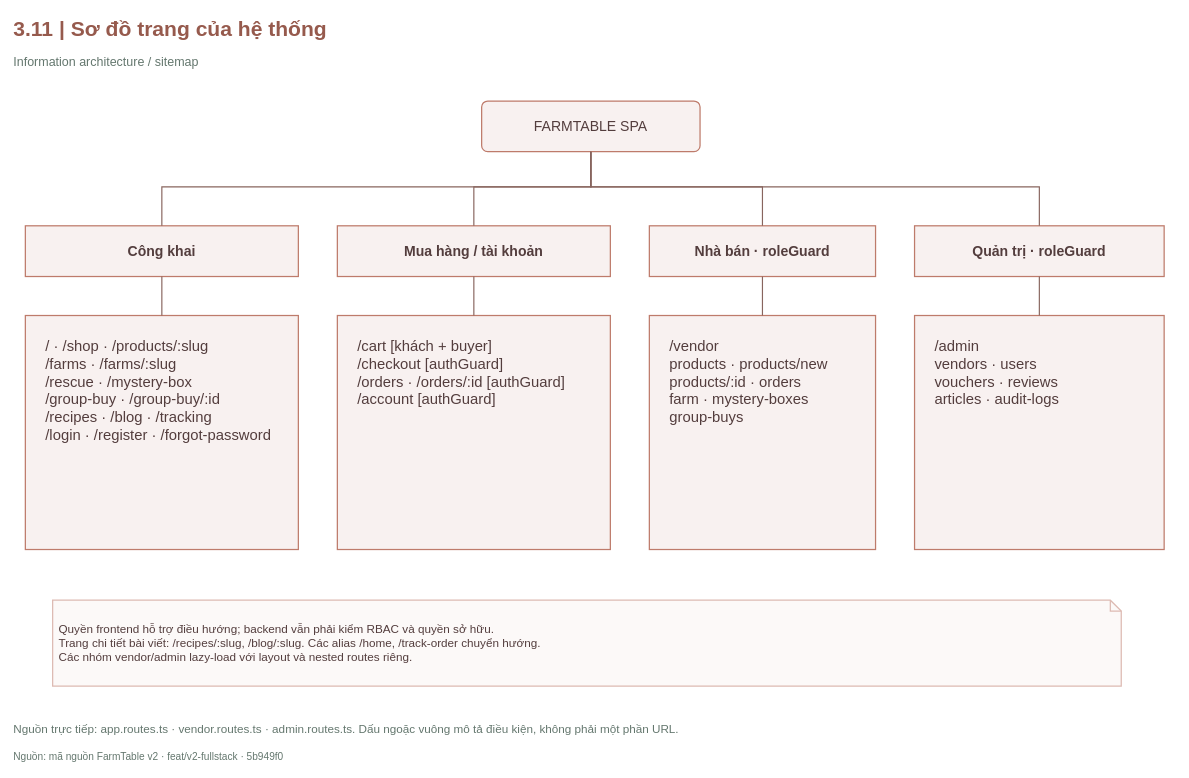
Earlier version of the draw.io diagram FarmTable_Chuong3/So_do_BA/drawio/Hinh_3_11.drawio (hathu1272006-eng/PTWnangcao). Source tidied: cells renumbered, new cells numbered last; positions are measured from the earlier drawing's top-left corner, leaving out a move shared by most shapes. Both pictures are drawn from the tidied source at 78%, with x=0, y=0 at pixel (13, 13).
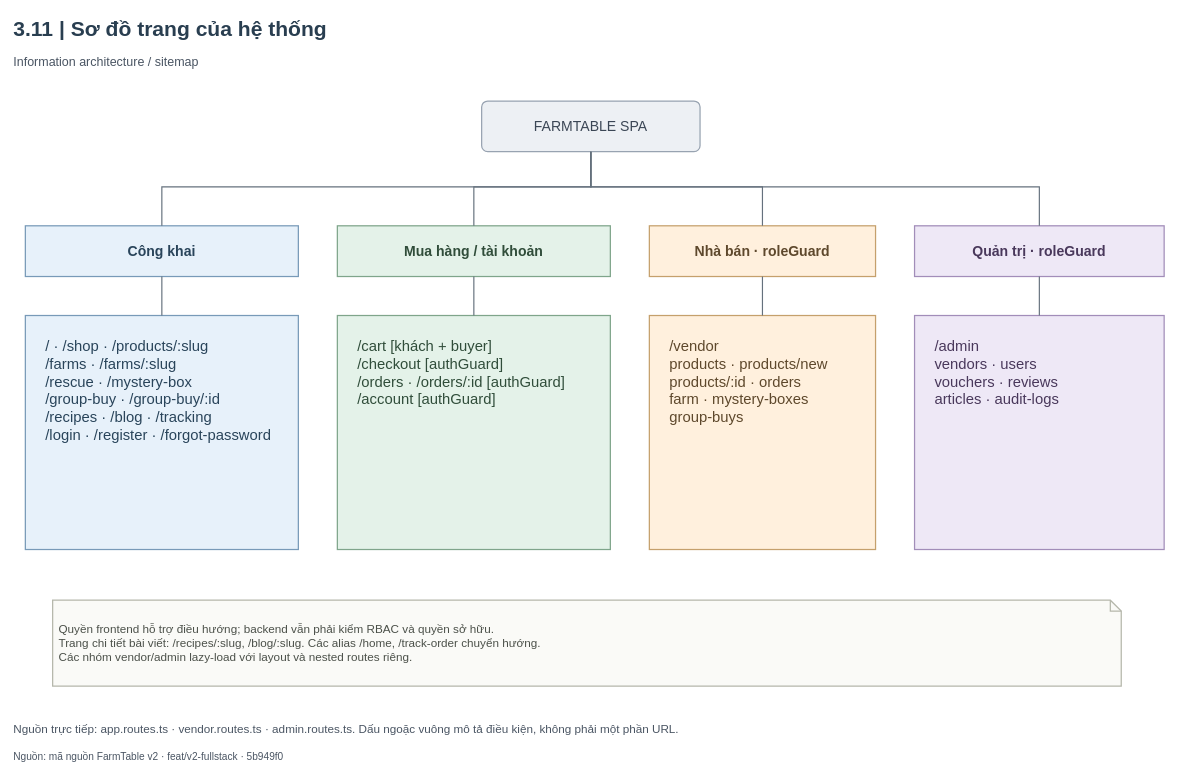
The same page after the edit.

Change to the diagram source:
```diff
@@
-    <mxCell id="2" value="3.11  |  Sơ đồ trang của hệ thống" style="html=1;whiteSpace=wrap;fontFamily=Arial;fontSize=18;strokeColor=#245C47;strokeWidth=1.6;fillColor=#FFFFFF;spacing=8;text;strokeColor=none;fillColor=none;align=left;verticalAlign=middle;fontSize=27;fontStyle=1;spacing=0;fontColor=#965A4D;" parent="1" vertex="1">
+    <mxCell id="2" value="3.11  |  Sơ đồ trang của hệ thống" style="html=1;whiteSpace=wrap;fontFamily=Arial;fontSize=18;strokeColor=#245C47;strokeWidth=1.6;fillColor=#FFFFFF;spacing=8;text;strokeColor=none;fillColor=none;align=left;verticalAlign=middle;fontSize=27;fontStyle=1;spacing=0;fontColor=#293E50;" parent="1" vertex="1">
       <mxGeometry width="1490" height="40" as="geometry" />
     </mxCell>
-    <mxCell id="3" value="Information architecture / sitemap" style="html=1;whiteSpace=wrap;fontFamily=Arial;fontSize=18;fontColor=#243B32;strokeColor=#245C47;strokeWidth=1.6;fillColor=#FFFFFF;spacing=8;text;strokeColor=none;fillColor=none;align=left;verticalAlign=middle;fontSize=16;fontStyle=0;fontColor=#64776E;spacing=0;" parent="1" vertex="1">
+    <mxCell id="3" value="Information architecture / sitemap" style="html=1;whiteSpace=wrap;fontFamily=Arial;fontSize=18;strokeColor=#245C47;strokeWidth=1.6;fillColor=#FFFFFF;spacing=8;text;strokeColor=none;fillColor=none;align=left;verticalAlign=middle;fontSize=16;fontStyle=0;spacing=0;fontColor=#4A5563;" parent="1" vertex="1">
       <mxGeometry y="47" width="1490" height="28" as="geometry" />
     </mxCell>
-    <mxCell id="4" value="FARMTABLE SPA" style="html=1;whiteSpace=wrap;fontFamily=Arial;fontSize=18;strokeWidth=1.6;spacing=8;rounded=1;arcSize=12;fillColor=#F8F1F0;strokeColor=#BE7B6B;fontColor=#533D3D;" parent="1" vertex="1">
+    <mxCell id="4" value="FARMTABLE SPA" style="html=1;whiteSpace=wrap;fontFamily=Arial;fontSize=18;strokeWidth=1.6;spacing=8;rounded=1;arcSize=12;fillColor=#EDF0F4;strokeColor=#98A3B1;fontColor=#3B4655;" parent="1" vertex="1">
       <mxGeometry x="600" y="112" width="280" height="65" as="geometry" />
     </mxCell>
-    <mxCell id="5" value="Công khai" style="html=1;whiteSpace=wrap;fontFamily=Arial;fontSize=18;strokeWidth=1.6;spacing=8;rounded=0;fontStyle=1;fillColor=#F8F1F0;strokeColor=#BE7B6B;fontColor=#533D3D;" parent="1" vertex="1">
+    <mxCell id="5" value="Công khai" style="html=1;whiteSpace=wrap;fontFamily=Arial;fontSize=18;strokeWidth=1.6;spacing=8;rounded=0;fontStyle=1;fillColor=#E7F1FA;strokeColor=#789AB8;fontColor=#29445A;" parent="1" vertex="1">
       <mxGeometry x="15" y="272" width="350" height="65" as="geometry" />
     </mxCell>
-    <mxCell id="6" style="edgeStyle=orthogonalEdgeStyle;rounded=0;jettySize=20;html=1;fontFamily=Arial;fontSize=15;labelBackgroundColor=#FFFFFF;strokeWidth=1.5;endArrow=block;endFill=1;endArrow=none;startArrow=none;exitX=0.5;exitY=1;entryX=0.5;entryY=0;exitDx=0;exitDy=0;entryDx=0;entryDy=0;strokeColor=#88655E;fontColor=#533D3D;" parent="1" edge="1" source="4" target="5">
+    <mxCell id="6" style="edgeStyle=orthogonalEdgeStyle;rounded=0;jettySize=20;html=1;fontFamily=Arial;fontSize=15;labelBackgroundColor=#FFFFFF;strokeWidth=1.5;endArrow=block;endFill=1;endArrow=none;startArrow=none;exitX=0.5;exitY=1;entryX=0.5;entryY=0;exitDx=0;exitDy=0;entryDx=0;entryDy=0;strokeColor=#65717D;fontColor=#364152;" parent="1" edge="1" source="4" target="5">
       <mxGeometry relative="1" as="geometry">
         <Array as="points">
           <mxPoint x="740" y="222" />
           <mxPoint x="190" y="222" />
         </Array>
       </mxGeometry>
     </mxCell>
-    <mxCell id="7" value="Mua hàng / tài khoản" style="html=1;whiteSpace=wrap;fontFamily=Arial;fontSize=18;strokeWidth=1.6;spacing=8;rounded=0;fontStyle=1;fillColor=#F8F1F0;strokeColor=#BE7B6B;fontColor=#533D3D;" parent="1" vertex="1">
+    <mxCell id="7" value="Mua hàng / tài khoản" style="html=1;whiteSpace=wrap;fontFamily=Arial;fontSize=18;strokeWidth=1.6;spacing=8;rounded=0;fontStyle=1;fillColor=#E4F2E9;strokeColor=#7FA58B;fontColor=#304D3A;" parent="1" vertex="1">
       <mxGeometry x="415" y="272" width="350" height="65" as="geometry" />
     </mxCell>
-    <mxCell id="8" style="edgeStyle=orthogonalEdgeStyle;rounded=0;jettySize=20;html=1;fontFamily=Arial;fontSize=15;labelBackgroundColor=#FFFFFF;strokeWidth=1.5;endArrow=block;endFill=1;endArrow=none;startArrow=none;exitX=0.5;exitY=1;entryX=0.5;entryY=0;exitDx=0;exitDy=0;entryDx=0;entryDy=0;strokeColor=#88655E;fontColor=#533D3D;" parent="1" edge="1" source="4" target="7">
+    <mxCell id="8" style="edgeStyle=orthogonalEdgeStyle;rounded=0;jettySize=20;html=1;fontFamily=Arial;fontSize=15;labelBackgroundColor=#FFFFFF;strokeWidth=1.5;endArrow=block;endFill=1;endArrow=none;startArrow=none;exitX=0.5;exitY=1;entryX=0.5;entryY=0;exitDx=0;exitDy=0;entryDx=0;entryDy=0;strokeColor=#65717D;fontColor=#364152;" parent="1" edge="1" source="4" target="7">
       <mxGeometry relative="1" as="geometry">
         <Array as="points">
           <mxPoint x="740" y="222" />
           <mxPoint x="590" y="222" />
         </Array>
       </mxGeometry>
     </mxCell>
-    <mxCell id="9" value="Nhà bán · roleGuard" style="html=1;whiteSpace=wrap;fontFamily=Arial;fontSize=18;strokeWidth=1.6;spacing=8;rounded=0;fontStyle=1;fillColor=#F8F1F0;strokeColor=#BE7B6B;fontColor=#533D3D;" parent="1" vertex="1">
+    <mxCell id="9" value="Nhà bán · roleGuard" style="html=1;whiteSpace=wrap;fontFamily=Arial;fontSize=18;strokeWidth=1.6;spacing=8;rounded=0;fontStyle=1;fillColor=#FFF0DD;strokeColor=#C5A06C;fontColor=#5E482C;" parent="1" vertex="1">
       <mxGeometry x="815" y="272" width="290" height="65" as="geometry" />
     </mxCell>
-    <mxCell id="10" style="edgeStyle=orthogonalEdgeStyle;rounded=0;jettySize=20;html=1;fontFamily=Arial;fontSize=15;labelBackgroundColor=#FFFFFF;strokeWidth=1.5;endArrow=block;endFill=1;endArrow=none;startArrow=none;exitX=0.5;exitY=1;entryX=0.5;entryY=0;exitDx=0;exitDy=0;entryDx=0;entryDy=0;strokeColor=#88655E;fontColor=#533D3D;" parent="1" edge="1" source="4" target="9">
+    <mxCell id="10" style="edgeStyle=orthogonalEdgeStyle;rounded=0;jettySize=20;html=1;fontFamily=Arial;fontSize=15;labelBackgroundColor=#FFFFFF;strokeWidth=1.5;endArrow=block;endFill=1;endArrow=none;startArrow=none;exitX=0.5;exitY=1;entryX=0.5;entryY=0;exitDx=0;exitDy=0;entryDx=0;entryDy=0;strokeColor=#65717D;fontColor=#364152;" parent="1" edge="1" source="4" target="9">
       <mxGeometry relative="1" as="geometry">
         <Array as="points">
           <mxPoint x="740" y="222" />
           <mxPoint x="960" y="222" />
         </Array>
       </mxGeometry>
     </mxCell>
-    <mxCell id="11" value="Quản trị · roleGuard" style="html=1;whiteSpace=wrap;fontFamily=Arial;fontSize=18;strokeWidth=1.6;spacing=8;rounded=0;fontStyle=1;fillColor=#F8F1F0;strokeColor=#BE7B6B;fontColor=#533D3D;" parent="1" vertex="1">
+    <mxCell id="11" value="Quản trị · roleGuard" style="html=1;whiteSpace=wrap;fontFamily=Arial;fontSize=18;strokeWidth=1.6;spacing=8;rounded=0;fontStyle=1;fillColor=#EEE8F6;strokeColor=#A28DB9;fontColor=#49385B;" parent="1" vertex="1">
       <mxGeometry x="1155" y="272" width="320" height="65" as="geometry" />
     </mxCell>
-    <mxCell id="12" style="edgeStyle=orthogonalEdgeStyle;rounded=0;jettySize=20;html=1;fontFamily=Arial;fontSize=15;labelBackgroundColor=#FFFFFF;strokeWidth=1.5;endArrow=block;endFill=1;endArrow=none;startArrow=none;exitX=0.5;exitY=1;entryX=0.5;entryY=0;exitDx=0;exitDy=0;entryDx=0;entryDy=0;strokeColor=#88655E;fontColor=#533D3D;" parent="1" edge="1" source="4" target="11">
+    <mxCell id="12" style="edgeStyle=orthogonalEdgeStyle;rounded=0;jettySize=20;html=1;fontFamily=Arial;fontSize=15;labelBackgroundColor=#FFFFFF;strokeWidth=1.5;endArrow=block;endFill=1;endArrow=none;startArrow=none;exitX=0.5;exitY=1;entryX=0.5;entryY=0;exitDx=0;exitDy=0;entryDx=0;entryDy=0;strokeColor=#65717D;fontColor=#364152;" parent="1" edge="1" source="4" target="11">
       <mxGeometry relative="1" as="geometry">
         <Array as="points">
           <mxPoint x="740" y="222" />
           <mxPoint x="1315" y="222" />
         </Array>
       </mxGeometry>
     </mxCell>
-    <mxCell id="13" value="/ · /shop · /products/:slug&lt;br/&gt;/farms · /farms/:slug&lt;br/&gt;/rescue · /mystery-box&lt;br/&gt;/group-buy · /group-buy/:id&lt;br/&gt;/recipes · /blog · /tracking&lt;br/&gt;/login · /register · /forgot-password" style="html=1;whiteSpace=wrap;fontFamily=Arial;fontSize=18;strokeWidth=1.6;spacing=8;rounded=0;align=left;spacingLeft=18;fontSize=19;verticalAlign=top;spacingTop=16;fillColor=#F8F1F0;strokeColor=#BE7B6B;fontColor=#533D3D;" parent="1" vertex="1">
+    <mxCell id="13" value="/ · /shop · /products/:slug&lt;br/&gt;/farms · /farms/:slug&lt;br/&gt;/rescue · /mystery-box&lt;br/&gt;/group-buy · /group-buy/:id&lt;br/&gt;/recipes · /blog · /tracking&lt;br/&gt;/login · /register · /forgot-password" style="html=1;whiteSpace=wrap;fontFamily=Arial;fontSize=18;strokeWidth=1.6;spacing=8;rounded=0;align=left;spacingLeft=18;fontSize=19;verticalAlign=top;spacingTop=16;fillColor=#E7F1FA;strokeColor=#789AB8;fontColor=#29445A;" parent="1" vertex="1">
       <mxGeometry x="15" y="387" width="350" height="300" as="geometry" />
     </mxCell>
-    <mxCell id="14" style="edgeStyle=orthogonalEdgeStyle;rounded=0;jettySize=20;html=1;fontFamily=Arial;fontSize=15;labelBackgroundColor=#FFFFFF;strokeWidth=1.5;endArrow=block;endFill=1;endArrow=none;startArrow=none;exitX=0.5;exitY=1;entryX=0.5;entryY=0;exitDx=0;exitDy=0;entryDx=0;entryDy=0;strokeColor=#88655E;fontColor=#533D3D;" parent="1" edge="1" source="5" target="13">
+    <mxCell id="14" style="edgeStyle=orthogonalEdgeStyle;rounded=0;jettySize=20;html=1;fontFamily=Arial;fontSize=15;labelBackgroundColor=#FFFFFF;strokeWidth=1.5;endArrow=block;endFill=1;endArrow=none;startArrow=none;exitX=0.5;exitY=1;entryX=0.5;entryY=0;exitDx=0;exitDy=0;entryDx=0;entryDy=0;strokeColor=#65717D;fontColor=#364152;" parent="1" edge="1" source="5" target="13">
       <mxGeometry relative="1" as="geometry" />
     </mxCell>
-    <mxCell id="15" value="/cart [khách + buyer]&lt;br/&gt;/checkout [authGuard]&lt;br/&gt;/orders · /orders/:id [authGuard]&lt;br/&gt;/account [authGuard]" style="html=1;whiteSpace=wrap;fontFamily=Arial;fontSize=18;strokeWidth=1.6;spacing=8;rounded=0;align=left;spacingLeft=18;fontSize=19;verticalAlign=top;spacingTop=16;fillColor=#F8F1F0;strokeColor=#BE7B6B;fontColor=#533D3D;" parent="1" vertex="1">
+    <mxCell id="15" value="/cart [khách + buyer]&lt;br/&gt;/checkout [authGuard]&lt;br/&gt;/orders · /orders/:id [authGuard]&lt;br/&gt;/account [authGuard]" style="html=1;whiteSpace=wrap;fontFamily=Arial;fontSize=18;strokeWidth=1.6;spacing=8;rounded=0;align=left;spacingLeft=18;fontSize=19;verticalAlign=top;spacingTop=16;fillColor=#E4F2E9;strokeColor=#7FA58B;fontColor=#304D3A;" parent="1" vertex="1">
       <mxGeometry x="415" y="387" width="350" height="300" as="geometry" />
     </mxCell>
-    <mxCell id="16" style="edgeStyle=orthogonalEdgeStyle;rounded=0;jettySize=20;html=1;fontFamily=Arial;fontSize=15;labelBackgroundColor=#FFFFFF;strokeWidth=1.5;endArrow=block;endFill=1;endArrow=none;startArrow=none;exitX=0.5;exitY=1;entryX=0.5;entryY=0;exitDx=0;exitDy=0;entryDx=0;entryDy=0;strokeColor=#88655E;fontColor=#533D3D;" parent="1" edge="1" source="7" target="15">
+    <mxCell id="16" style="edgeStyle=orthogonalEdgeStyle;rounded=0;jettySize=20;html=1;fontFamily=Arial;fontSize=15;labelBackgroundColor=#FFFFFF;strokeWidth=1.5;endArrow=block;endFill=1;endArrow=none;startArrow=none;exitX=0.5;exitY=1;entryX=0.5;entryY=0;exitDx=0;exitDy=0;entryDx=0;entryDy=0;strokeColor=#65717D;fontColor=#364152;" parent="1" edge="1" source="7" target="15">
       <mxGeometry relative="1" as="geometry" />
     </mxCell>
-    <mxCell id="17" value="/vendor&lt;br/&gt;products · products/new&lt;br/&gt;products/:id · orders&lt;br/&gt;farm · mystery-boxes&lt;br/&gt;group-buys" style="html=1;whiteSpace=wrap;fontFamily=Arial;fontSize=18;strokeWidth=1.6;spacing=8;rounded=0;align=left;spacingLeft=18;fontSize=19;verticalAlign=top;spacingTop=16;fillColor=#F8F1F0;strokeColor=#BE7B6B;fontColor=#533D3D;" parent="1" vertex="1">
+    <mxCell id="17" value="/vendor&lt;br/&gt;products · products/new&lt;br/&gt;products/:id · orders&lt;br/&gt;farm · mystery-boxes&lt;br/&gt;group-buys" style="html=1;whiteSpace=wrap;fontFamily=Arial;fontSize=18;strokeWidth=1.6;spacing=8;rounded=0;align=left;spacingLeft=18;fontSize=19;verticalAlign=top;spacingTop=16;fillColor=#FFF0DD;strokeColor=#C5A06C;fontColor=#5E482C;" parent="1" vertex="1">
       <mxGeometry x="815" y="387" width="290" height="300" as="geometry" />
     </mxCell>
-    <mxCell id="18" style="edgeStyle=orthogonalEdgeStyle;rounded=0;jettySize=20;html=1;fontFamily=Arial;fontSize=15;labelBackgroundColor=#FFFFFF;strokeWidth=1.5;endArrow=block;endFill=1;endArrow=none;startArrow=none;exitX=0.5;exitY=1;entryX=0.5;entryY=0;exitDx=0;exitDy=0;entryDx=0;entryDy=0;strokeColor=#88655E;fontColor=#533D3D;" parent="1" edge="1" source="9" target="17">
+    <mxCell id="18" style="edgeStyle=orthogonalEdgeStyle;rounded=0;jettySize=20;html=1;fontFamily=Arial;fontSize=15;labelBackgroundColor=#FFFFFF;strokeWidth=1.5;endArrow=block;endFill=1;endArrow=none;startArrow=none;exitX=0.5;exitY=1;entryX=0.5;entryY=0;exitDx=0;exitDy=0;entryDx=0;entryDy=0;strokeColor=#65717D;fontColor=#364152;" parent="1" edge="1" source="9" target="17">
       <mxGeometry relative="1" as="geometry" />
     </mxCell>
-    <mxCell id="19" value="/admin&lt;br/&gt;vendors · users&lt;br/&gt;vouchers · reviews&lt;br/&gt;articles · audit-logs" style="html=1;whiteSpace=wrap;fontFamily=Arial;fontSize=18;strokeWidth=1.6;spacing=8;rounded=0;align=left;spacingLeft=18;fontSize=19;verticalAlign=top;spacingTop=16;fillColor=#F8F1F0;strokeColor=#BE7B6B;fontColor=#533D3D;" parent="1" vertex="1">
+    <mxCell id="19" value="/admin&lt;br/&gt;vendors · users&lt;br/&gt;vouchers · reviews&lt;br/&gt;articles · audit-logs" style="html=1;whiteSpace=wrap;fontFamily=Arial;fontSize=18;strokeWidth=1.6;spacing=8;rounded=0;align=left;spacingLeft=18;fontSize=19;verticalAlign=top;spacingTop=16;fillColor=#EEE8F6;strokeColor=#A28DB9;fontColor=#49385B;" parent="1" vertex="1">
       <mxGeometry x="1155" y="387" width="320" height="300" as="geometry" />
     </mxCell>
-    <mxCell id="20" style="edgeStyle=orthogonalEdgeStyle;rounded=0;jettySize=20;html=1;fontFamily=Arial;fontSize=15;labelBackgroundColor=#FFFFFF;strokeWidth=1.5;endArrow=block;endFill=1;endArrow=none;startArrow=none;exitX=0.5;exitY=1;entryX=0.5;entryY=0;exitDx=0;exitDy=0;entryDx=0;entryDy=0;strokeColor=#88655E;fontColor=#533D3D;" parent="1" edge="1" source="11" target="19">
+    <mxCell id="20" style="edgeStyle=orthogonalEdgeStyle;rounded=0;jettySize=20;html=1;fontFamily=Arial;fontSize=15;labelBackgroundColor=#FFFFFF;strokeWidth=1.5;endArrow=block;endFill=1;endArrow=none;startArrow=none;exitX=0.5;exitY=1;entryX=0.5;entryY=0;exitDx=0;exitDy=0;entryDx=0;entryDy=0;strokeColor=#65717D;fontColor=#364152;" parent="1" edge="1" source="11" target="19">
       <mxGeometry relative="1" as="geometry" />
     </mxCell>
-    <mxCell id="21" value="Quyền frontend hỗ trợ điều hướng; backend vẫn phải kiểm RBAC và quyền sở hữu.&lt;br/&gt;Trang chi tiết bài viết: /recipes/:slug, /blog/:slug. Các alias /home, /track-order chuyển hướng.&lt;br/&gt;Các nhóm vendor/admin lazy-load với layout và nested routes riêng." style="html=1;whiteSpace=wrap;fontFamily=Arial;fontSize=18;strokeWidth=1.6;spacing=8;shape=note;size=14;align=left;fontSize=15;fillColor=#FCF9F8;strokeColor=#DDBAB2;fontColor=#533D3D;" parent="1" vertex="1">
+    <mxCell id="21" value="Quyền frontend hỗ trợ điều hướng; backend vẫn phải kiểm RBAC và quyền sở hữu.&lt;br/&gt;Trang chi tiết bài viết: /recipes/:slug, /blog/:slug. Các alias /home, /track-order chuyển hướng.&lt;br/&gt;Các nhóm vendor/admin lazy-load với layout và nested routes riêng." style="html=1;whiteSpace=wrap;fontFamily=Arial;fontSize=18;strokeWidth=1.6;spacing=8;shape=note;size=14;align=left;fontSize=15;fillColor=#FAFAF7;strokeColor=#B5B7AB;fontColor=#4B5049;" parent="1" vertex="1">
       <mxGeometry x="50" y="752" width="1370" height="110" as="geometry" />
     </mxCell>
-    <mxCell id="22" value="Nguồn trực tiếp: app.routes.ts · vendor.routes.ts · admin.routes.ts. Dấu ngoặc vuông mô tả điều kiện, không phải một phần URL." style="html=1;whiteSpace=wrap;fontFamily=Arial;fontSize=18;fontColor=#243B32;strokeColor=#245C47;strokeWidth=1.6;fillColor=#FFFFFF;spacing=8;text;strokeColor=none;fillColor=none;align=left;verticalAlign=middle;fontSize=15;fontStyle=0;fontColor=#64776E;spacing=0;" parent="1" vertex="1">
+    <mxCell id="22" value="Nguồn trực tiếp: app.routes.ts · vendor.routes.ts · admin.routes.ts. Dấu ngoặc vuông mô tả điều kiện, không phải một phần URL." style="html=1;whiteSpace=wrap;fontFamily=Arial;fontSize=18;strokeColor=#245C47;strokeWidth=1.6;fillColor=#FFFFFF;spacing=8;text;strokeColor=none;fillColor=none;align=left;verticalAlign=middle;fontSize=15;fontStyle=0;spacing=0;fontColor=#4A5563;" parent="1" vertex="1">
       <mxGeometry y="899" width="1490" height="35" as="geometry" />
     </mxCell>
-    <mxCell id="23" value="Nguồn: mã nguồn FarmTable v2 · feat/v2-fullstack · 5b949f0" style="html=1;whiteSpace=wrap;fontFamily=Arial;fontSize=18;fontColor=#243B32;strokeColor=#245C47;strokeWidth=1.6;fillColor=#FFFFFF;spacing=8;text;strokeColor=none;fillColor=none;align=left;verticalAlign=middle;fontSize=13;fontStyle=0;fontColor=#64776E;spacing=0;" parent="1" vertex="1">
+    <mxCell id="23" value="Nguồn: mã nguồn FarmTable v2 · feat/v2-fullstack · 5b949f0" style="html=1;whiteSpace=wrap;fontFamily=Arial;fontSize=18;strokeColor=#245C47;strokeWidth=1.6;fillColor=#FFFFFF;spacing=8;text;strokeColor=none;fillColor=none;align=left;verticalAlign=middle;fontSize=13;fontStyle=0;spacing=0;fontColor=#4A5563;" parent="1" vertex="1">
       <mxGeometry y="940" width="1490" height="24" as="geometry" />
     </mxCell>
```
